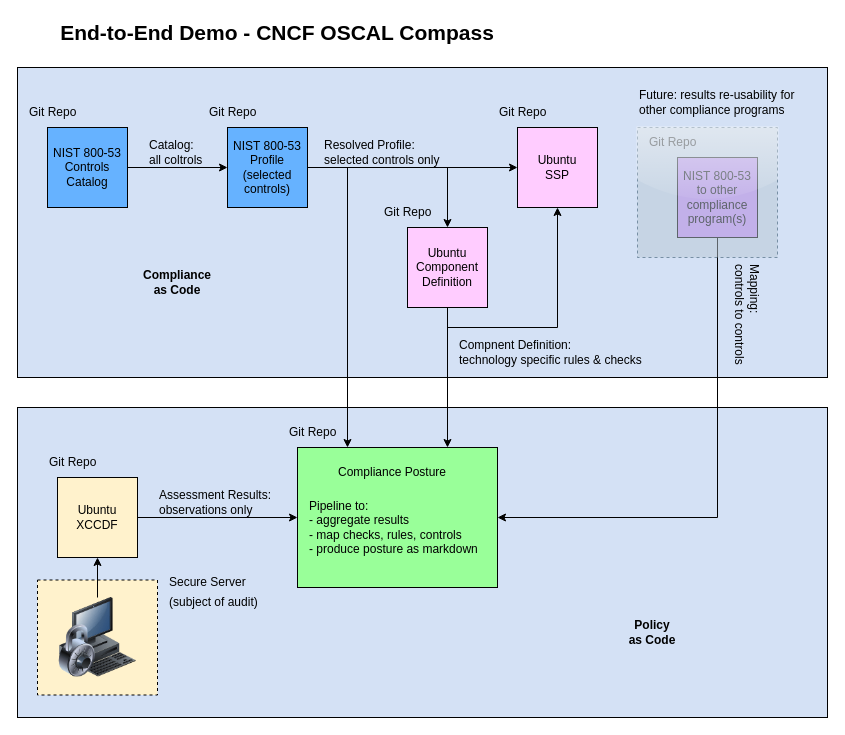
Before: images/e2e-demo.drawio in oscal-compass/e2e-demo, a draw.io diagram. Source tidied: cells renumbered, new cells numbered last; positions are measured from the earlier drawing's top-left corner, leaving out a move shared by most shapes. Both pictures are drawn from the tidied source at 100%, with x=0, y=0 at pixel (17, 17).
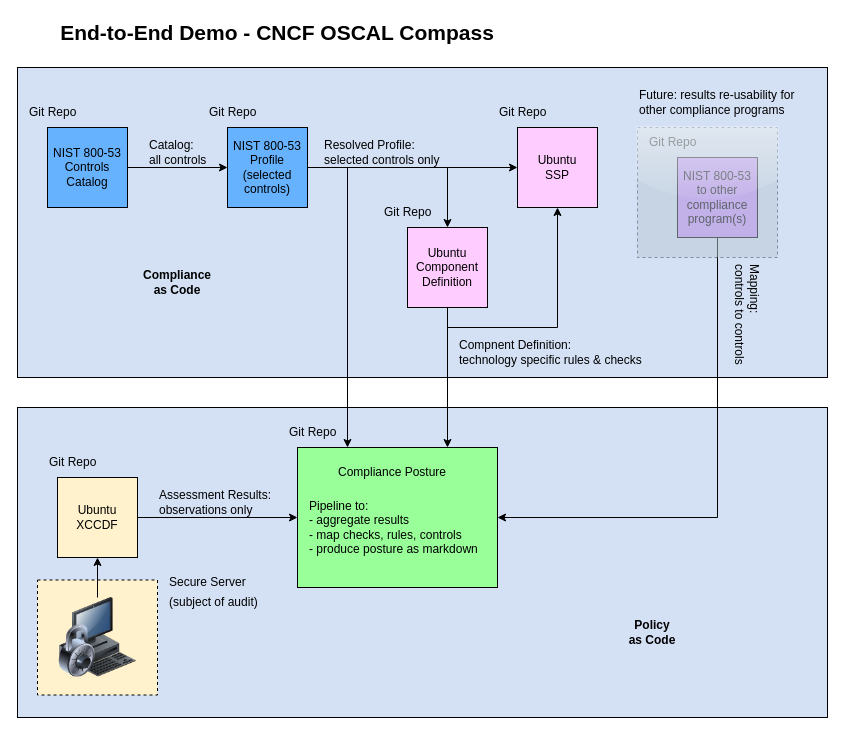
The same diagram, later.

Commit message (it also covers changes not shown here):
fix: diagrams "all controls" spelling

The edit, as a diff of the source:
```diff
@@
-    <mxCell id="29" value="Catalog:&lt;div&gt;all coltrols&lt;/div&gt;" style="text;html=1;align=left;verticalAlign=middle;whiteSpace=wrap;rounded=0;" parent="1" vertex="1">
+    <mxCell id="29" value="Catalog:&lt;div&gt;all controls&lt;/div&gt;" style="text;html=1;align=left;verticalAlign=middle;whiteSpace=wrap;rounded=0;" parent="1" vertex="1">
       <mxGeometry x="130" y="120" width="120" height="30" as="geometry" />
     </mxCell>
```
